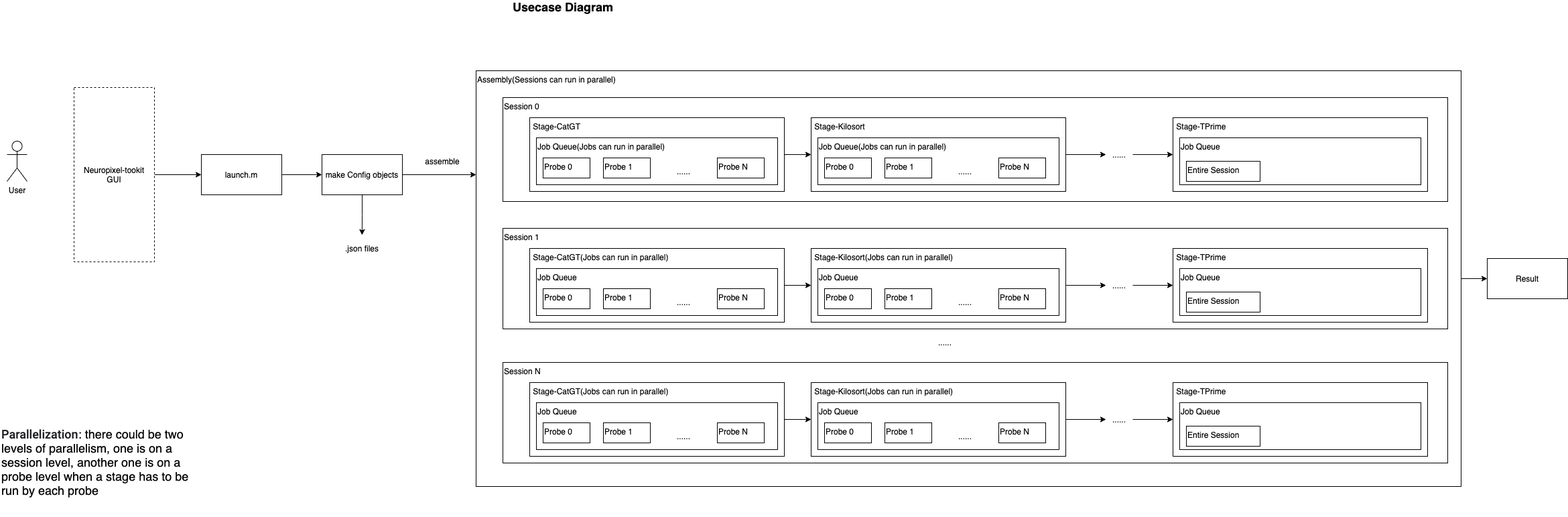
MATLAB-Community-Toolboxes-at-INCF/neuropixels-toolkit keeps this draw.io diagram as docs/usecase_diagram.drawio.png. Above is the earlier version. Source tidied: cells renumbered, new cells last; positions are measured from the earlier drawing's top-left corner, leaving out a move shared by most shapes.
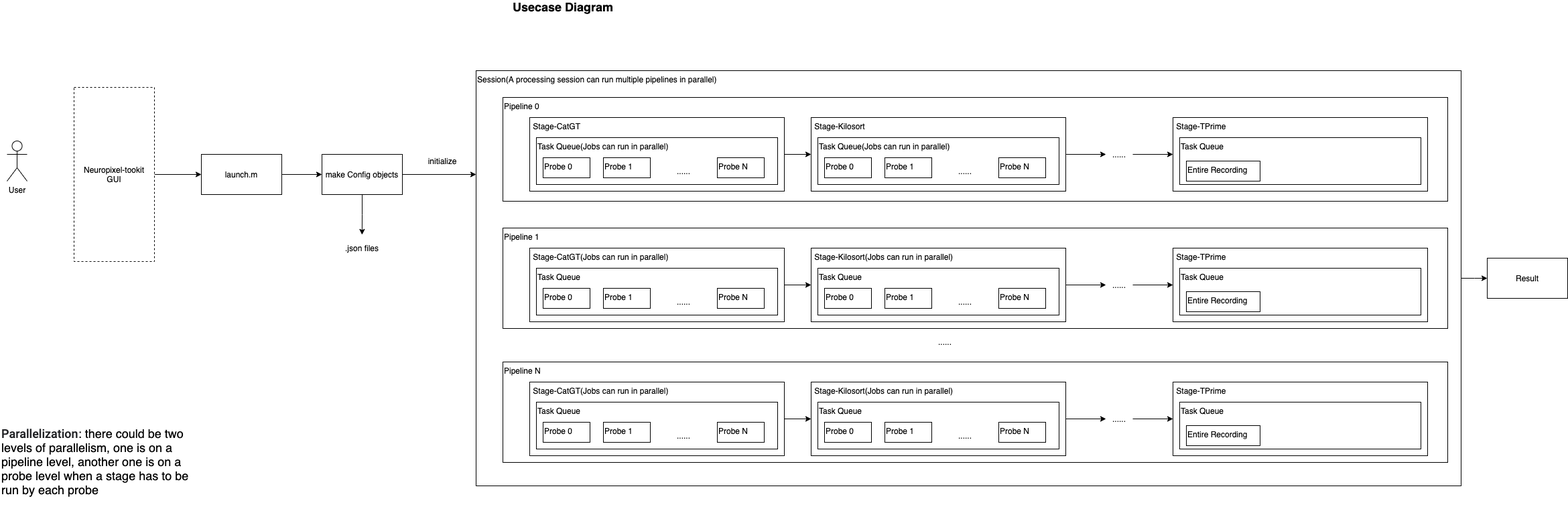
After the commit.

Diff of the diagram source:
```diff
@@ -5,10 +5,10 @@
     <mxCell id="2" style="edgeStyle=orthogonalEdgeStyle;rounded=0;jettySize=auto;html=1;exitX=1;exitY=0.5;exitDx=0;exitDy=0;" parent="1" edge="1" source="3" target="15">
       <mxGeometry relative="1" as="geometry" />
     </mxCell>
-    <mxCell id="3" value="Assembly(Sessions can run in parallel)" style="rounded=0;whiteSpace=wrap;html=1;align=left;verticalAlign=top;" parent="1" vertex="1">
+    <mxCell id="3" value="Session(A processing session can run multiple pipelines in parallel)" style="rounded=0;whiteSpace=wrap;html=1;align=left;verticalAlign=top;" parent="1" vertex="1">
       <mxGeometry x="710" y="105" width="1470" height="620" as="geometry" />
     </mxCell>
-    <mxCell id="4" value="Session 0" style="rounded=0;whiteSpace=wrap;html=1;verticalAlign=top;align=left;" parent="1" vertex="1">
+    <mxCell id="4" value="Pipeline 0" style="rounded=0;whiteSpace=wrap;html=1;verticalAlign=top;align=left;" parent="1" vertex="1">
       <mxGeometry x="750" y="145" width="1410" height="155" as="geometry" />
     </mxCell>
     <mxCell id="5" value="User" style="shape=umlActor;verticalLabelPosition=bottom;verticalAlign=top;html=1;" parent="1" vertex="1">
@@ -40,7 +40,7 @@
     <mxCell id="13" value=".json files" style="text;html=1;strokeColor=none;fillColor=none;align=center;verticalAlign=middle;whiteSpace=wrap;rounded=0;" parent="1" vertex="1">
       <mxGeometry x="505" y="360" width="70" height="20" as="geometry" />
     </mxCell>
-    <mxCell id="14" value="assemble" style="text;html=1;strokeColor=none;fillColor=none;align=center;verticalAlign=middle;whiteSpace=wrap;rounded=0;" parent="1" vertex="1">
+    <mxCell id="14" value="initialize" style="text;html=1;strokeColor=none;fillColor=none;align=center;verticalAlign=middle;whiteSpace=wrap;rounded=0;" parent="1" vertex="1">
       <mxGeometry x="630" y="230" width="60" height="20" as="geometry" />
     </mxCell>
     <mxCell id="15" value="Result" style="rounded=0;whiteSpace=wrap;html=1;align=center;verticalAlign=middle;" parent="1" vertex="1">
@@ -55,7 +55,7 @@
     <mxCell id="18" value="&amp;nbsp;Stage-CatGT" style="rounded=0;whiteSpace=wrap;html=1;align=left;verticalAlign=top;" parent="17" vertex="1">
       <mxGeometry width="380" height="110" as="geometry" />
     </mxCell>
-    <mxCell id="19" value="Job Queue(Jobs can run in parallel)" style="rounded=0;whiteSpace=wrap;html=1;verticalAlign=top;align=left;" parent="17" vertex="1">
+    <mxCell id="19" value="Task Queue(Jobs can run in parallel)" style="rounded=0;whiteSpace=wrap;html=1;verticalAlign=top;align=left;" parent="17" vertex="1">
       <mxGeometry x="10" y="30" width="360" height="70" as="geometry" />
     </mxCell>
     <mxCell id="20" value="Probe 0" style="rounded=0;whiteSpace=wrap;html=1;align=left;verticalAlign=top;" parent="17" vertex="1">
@@ -76,7 +76,7 @@
     <mxCell id="25" value="&amp;nbsp;Stage-Kilosort" style="rounded=0;whiteSpace=wrap;html=1;align=left;verticalAlign=top;" parent="24" vertex="1">
       <mxGeometry width="380" height="110" as="geometry" />
     </mxCell>
-    <mxCell id="26" value="Job Queue(Jobs can run in parallel)" style="rounded=0;whiteSpace=wrap;html=1;verticalAlign=top;align=left;" parent="24" vertex="1">
+    <mxCell id="26" value="Task Queue(Jobs can run in parallel)" style="rounded=0;whiteSpace=wrap;html=1;verticalAlign=top;align=left;" parent="24" vertex="1">
       <mxGeometry x="10" y="30" width="360" height="70" as="geometry" />
     </mxCell>
     <mxCell id="27" value="Probe 0" style="rounded=0;whiteSpace=wrap;html=1;align=left;verticalAlign=top;" parent="24" vertex="1">
@@ -103,10 +103,10 @@
     <mxCell id="34" value="&amp;nbsp;Stage-TPrime" style="rounded=0;whiteSpace=wrap;html=1;align=left;verticalAlign=top;" parent="33" vertex="1">
       <mxGeometry width="380" height="110" as="geometry" />
     </mxCell>
-    <mxCell id="35" value="Job Queue" style="rounded=0;whiteSpace=wrap;html=1;verticalAlign=top;align=left;" parent="33" vertex="1">
+    <mxCell id="35" value="Task Queue" style="rounded=0;whiteSpace=wrap;html=1;verticalAlign=top;align=left;" parent="33" vertex="1">
       <mxGeometry x="10" y="30" width="360" height="70" as="geometry" />
     </mxCell>
-    <mxCell id="36" value="Entire Session" style="rounded=0;whiteSpace=wrap;html=1;align=left;verticalAlign=top;" parent="33" vertex="1">
+    <mxCell id="36" value="Entire Recording" style="rounded=0;whiteSpace=wrap;html=1;align=left;verticalAlign=top;" parent="33" vertex="1">
       <mxGeometry x="20" y="65" width="110" height="30" as="geometry" />
     </mxCell>
     <mxCell id="37" style="edgeStyle=orthogonalEdgeStyle;rounded=0;jettySize=auto;html=1;exitX=1;exitY=0.5;exitDx=0;exitDy=0;entryX=0;entryY=0.5;entryDx=0;entryDy=0;" parent="1" edge="1" source="18" target="25">
@@ -115,7 +115,7 @@
     <mxCell id="38" style="edgeStyle=orthogonalEdgeStyle;rounded=0;jettySize=auto;html=1;exitX=1;exitY=0.5;exitDx=0;exitDy=0;entryX=0;entryY=0.5;entryDx=0;entryDy=0;" parent="1" edge="1" source="25" target="32">
       <mxGeometry relative="1" as="geometry" />
     </mxCell>
-    <mxCell id="39" value="Session 1" style="rounded=0;whiteSpace=wrap;html=1;verticalAlign=top;align=left;" parent="1" vertex="1">
+    <mxCell id="39" value="Pipeline 1" style="rounded=0;whiteSpace=wrap;html=1;verticalAlign=top;align=left;" parent="1" vertex="1">
       <mxGeometry x="750" y="340" width="1410" height="150" as="geometry" />
     </mxCell>
     <mxCell id="40" style="group;" parent="1" vertex="1">
@@ -124,7 +124,7 @@
     <mxCell id="41" value="&amp;nbsp;Stage-CatGT(Jobs can run in parallel)" style="rounded=0;whiteSpace=wrap;html=1;align=left;verticalAlign=top;" parent="40" vertex="1">
       <mxGeometry width="380" height="110" as="geometry" />
     </mxCell>
-    <mxCell id="42" value="Job Queue" style="rounded=0;whiteSpace=wrap;html=1;verticalAlign=top;align=left;" parent="40" vertex="1">
+    <mxCell id="42" value="Task Queue" style="rounded=0;whiteSpace=wrap;html=1;verticalAlign=top;align=left;" parent="40" vertex="1">
       <mxGeometry x="10" y="30" width="360" height="70" as="geometry" />
     </mxCell>
     <mxCell id="43" value="Probe 0" style="rounded=0;whiteSpace=wrap;html=1;align=left;verticalAlign=top;" parent="40" vertex="1">
@@ -145,7 +145,7 @@
     <mxCell id="48" value="&amp;nbsp;Stage-Kilosort(Jobs can run in parallel)" style="rounded=0;whiteSpace=wrap;html=1;align=left;verticalAlign=top;" parent="47" vertex="1">
       <mxGeometry width="380" height="110" as="geometry" />
     </mxCell>
-    <mxCell id="49" value="Job Queue" style="rounded=0;whiteSpace=wrap;html=1;verticalAlign=top;align=left;" parent="47" vertex="1">
+    <mxCell id="49" value="Task Queue" style="rounded=0;whiteSpace=wrap;html=1;verticalAlign=top;align=left;" parent="47" vertex="1">
       <mxGeometry x="10" y="30" width="360" height="70" as="geometry" />
     </mxCell>
     <mxCell id="50" value="Probe 0" style="rounded=0;whiteSpace=wrap;html=1;align=left;verticalAlign=top;" parent="47" vertex="1">
@@ -172,10 +172,10 @@
     <mxCell id="57" value="&amp;nbsp;Stage-TPrime" style="rounded=0;whiteSpace=wrap;html=1;align=left;verticalAlign=top;" parent="56" vertex="1">
       <mxGeometry width="380" height="110" as="geometry" />
     </mxCell>
-    <mxCell id="58" value="Job Queue" style="rounded=0;whiteSpace=wrap;html=1;verticalAlign=top;align=left;" parent="56" vertex="1">
+    <mxCell id="58" value="Task Queue" style="rounded=0;whiteSpace=wrap;html=1;verticalAlign=top;align=left;" parent="56" vertex="1">
       <mxGeometry x="10" y="30" width="360" height="70" as="geometry" />
     </mxCell>
-    <mxCell id="59" value="Entire Session" style="rounded=0;whiteSpace=wrap;html=1;align=left;verticalAlign=top;" parent="56" vertex="1">
+    <mxCell id="59" value="Entire Recording" style="rounded=0;whiteSpace=wrap;html=1;align=left;verticalAlign=top;" parent="56" vertex="1">
       <mxGeometry x="20" y="65" width="110" height="30" as="geometry" />
     </mxCell>
     <mxCell id="60" style="edgeStyle=orthogonalEdgeStyle;rounded=0;jettySize=auto;html=1;exitX=1;exitY=0.5;exitDx=0;exitDy=0;entryX=0;entryY=0.5;entryDx=0;entryDy=0;" parent="1" edge="1" source="41" target="48">
@@ -184,7 +184,7 @@
     <mxCell id="61" style="edgeStyle=orthogonalEdgeStyle;rounded=0;jettySize=auto;html=1;exitX=1;exitY=0.5;exitDx=0;exitDy=0;entryX=0;entryY=0.5;entryDx=0;entryDy=0;" parent="1" edge="1" source="48" target="55">
       <mxGeometry relative="1" as="geometry" />
     </mxCell>
-    <mxCell id="62" value="Session N" style="rounded=0;whiteSpace=wrap;html=1;verticalAlign=top;align=left;" parent="1" vertex="1">
+    <mxCell id="62" value="Pipeline N" style="rounded=0;whiteSpace=wrap;html=1;verticalAlign=top;align=left;" parent="1" vertex="1">
       <mxGeometry x="750" y="540" width="1410" height="150" as="geometry" />
     </mxCell>
     <mxCell id="63" style="group;" parent="1" vertex="1">
@@ -193,7 +193,7 @@
     <mxCell id="64" value="&amp;nbsp;Stage-CatGT(Jobs can run in parallel)" style="rounded=0;whiteSpace=wrap;html=1;align=left;verticalAlign=top;" parent="63" vertex="1">
       <mxGeometry width="380" height="110" as="geometry" />
     </mxCell>
-    <mxCell id="65" value="Job Queue" style="rounded=0;whiteSpace=wrap;html=1;verticalAlign=top;align=left;" parent="63" vertex="1">
+    <mxCell id="65" value="Task Queue" style="rounded=0;whiteSpace=wrap;html=1;verticalAlign=top;align=left;" parent="63" vertex="1">
       <mxGeometry x="10" y="30" width="360" height="70" as="geometry" />
     </mxCell>
     <mxCell id="66" value="Probe 0" style="rounded=0;whiteSpace=wrap;html=1;align=left;verticalAlign=top;" parent="63" vertex="1">
@@ -214,7 +214,7 @@
     <mxCell id="71" value="&amp;nbsp;Stage-Kilosort(Jobs can run in parallel)" style="rounded=0;whiteSpace=wrap;html=1;align=left;verticalAlign=top;" parent="70" vertex="1">
       <mxGeometry width="380" height="110" as="geometry" />
     </mxCell>
-    <mxCell id="72" value="Job Queue" style="rounded=0;whiteSpace=wrap;html=1;verticalAlign=top;align=left;" parent="70" vertex="1">
+    <mxCell id="72" value="Task Queue" style="rounded=0;whiteSpace=wrap;html=1;verticalAlign=top;align=left;" parent="70" vertex="1">
       <mxGeometry x="10" y="30" width="360" height="70" as="geometry" />
     </mxCell>
     <mxCell id="73" value="Probe 0" style="rounded=0;whiteSpace=wrap;html=1;align=left;verticalAlign=top;" parent="70" vertex="1">
@@ -241,10 +241,10 @@
     <mxCell id="80" value="&amp;nbsp;Stage-TPrime" style="rounded=0;whiteSpace=wrap;html=1;align=left;verticalAlign=top;" parent="79" vertex="1">
       <mxGeometry width="380" height="110" as="geometry" />
     </mxCell>
-    <mxCell id="81" value="Job Queue" style="rounded=0;whiteSpace=wrap;html=1;verticalAlign=top;align=left;" parent="79" vertex="1">
+    <mxCell id="81" value="Task Queue" style="rounded=0;whiteSpace=wrap;html=1;verticalAlign=top;align=left;" parent="79" vertex="1">
       <mxGeometry x="10" y="30" width="360" height="70" as="geometry" />
     </mxCell>
-    <mxCell id="82" value="Entire Session" style="rounded=0;whiteSpace=wrap;html=1;align=left;verticalAlign=top;" parent="79" vertex="1">
+    <mxCell id="82" value="Entire Recording" style="rounded=0;whiteSpace=wrap;html=1;align=left;verticalAlign=top;" parent="79" vertex="1">
       <mxGeometry x="20" y="65" width="110" height="30" as="geometry" />
     </mxCell>
     <mxCell id="83" style="edgeStyle=orthogonalEdgeStyle;rounded=0;jettySize=auto;html=1;exitX=1;exitY=0.5;exitDx=0;exitDy=0;entryX=0;entryY=0.5;entryDx=0;entryDy=0;" parent="1" edge="1" source="64" target="71">
@@ -253,7 +253,7 @@
     <mxCell id="84" style="edgeStyle=orthogonalEdgeStyle;rounded=0;jettySize=auto;html=1;exitX=1;exitY=0.5;exitDx=0;exitDy=0;entryX=0;entryY=0.5;entryDx=0;entryDy=0;" parent="1" edge="1" source="71" target="78">
       <mxGeometry relative="1" as="geometry" />
     </mxCell>
-    <mxCell id="85" value="&lt;font style=&quot;font-size: 18px&quot;&gt;&lt;font style=&quot;font-size: 18px&quot;&gt;&lt;span style=&quot;color: rgb(32 , 33 , 36) ; font-family: &amp;#34;roboto&amp;#34; , &amp;#34;arial&amp;#34; , sans-serif ; background-color: rgb(255 , 255 , 255)&quot;&gt;Parallelization&lt;/span&gt;: &lt;/font&gt;&lt;font style=&quot;font-size: 18px&quot;&gt;there could be two levels of parallelism, one is on a session level, another one is on a probe level when a stage has to be run by each probe&lt;/font&gt;&lt;/font&gt;" style="text;html=1;strokeColor=none;fillColor=none;align=left;verticalAlign=top;whiteSpace=wrap;rounded=0;" parent="1" vertex="1">
+    <mxCell id="85" value="&lt;font style=&quot;font-size: 18px&quot;&gt;&lt;font style=&quot;font-size: 18px&quot;&gt;&lt;span style=&quot;color: rgb(32 , 33 , 36) ; font-family: &amp;#34;roboto&amp;#34; , &amp;#34;arial&amp;#34; , sans-serif ; background-color: rgb(255 , 255 , 255)&quot;&gt;Parallelization&lt;/span&gt;: &lt;/font&gt;&lt;font style=&quot;font-size: 18px&quot;&gt;there could be two levels of parallelism, one is on a pipeline level, another one is on a probe level when a stage has to be run by each probe&lt;/font&gt;&lt;/font&gt;" style="text;html=1;strokeColor=none;fillColor=none;align=left;verticalAlign=top;whiteSpace=wrap;rounded=0;" parent="1" vertex="1">
       <mxGeometry y="630" width="310" height="140" as="geometry" />
     </mxCell>
     <mxCell id="86" value="......" style="text;html=1;strokeColor=none;fillColor=none;align=center;verticalAlign=middle;whiteSpace=wrap;rounded=0;" parent="1" vertex="1">
```
